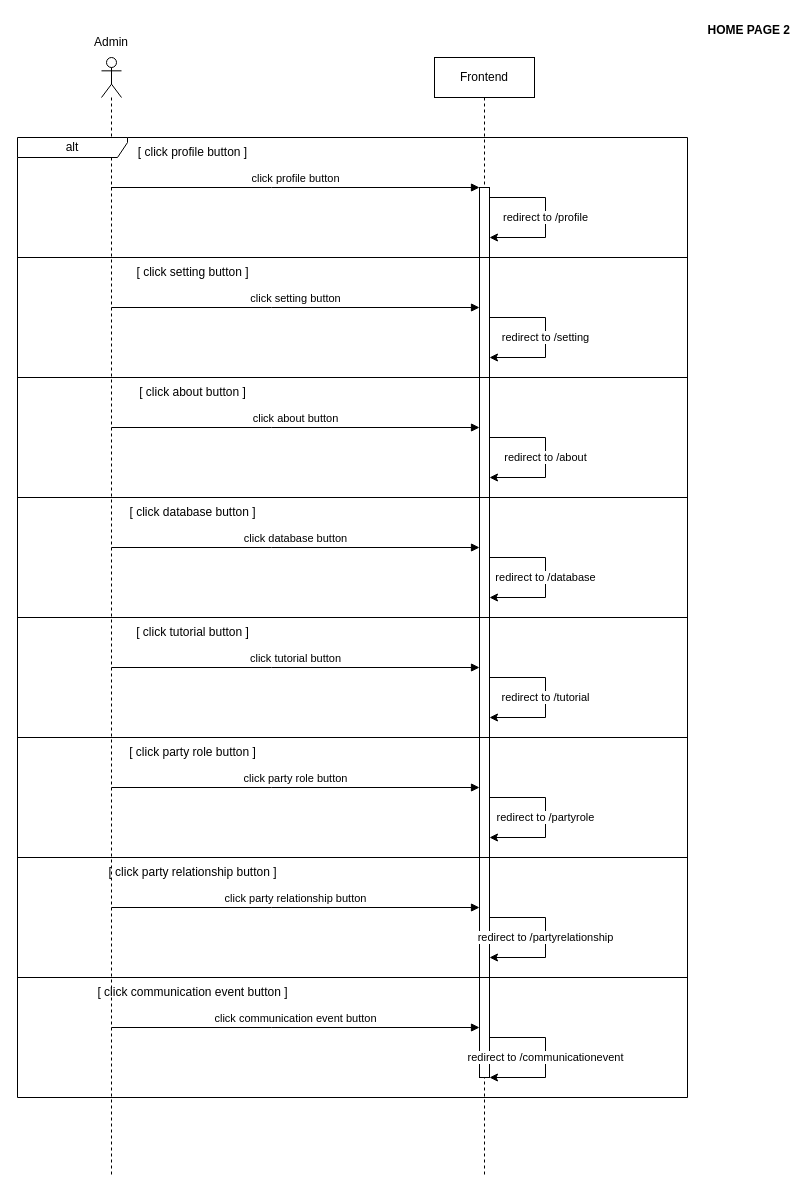
Earlier version of the draw.io diagram page "4 home page" (5 of 14) of docs/artifact/SequentialDiagram/SequentialDiagram.drawio (ssszZ-TH/party_fullstack_docker3). Source tidied: cells renumbered, new cells numbered last; positions are measured from the earlier drawing's top-left corner, leaving out a move shared by most shapes. Both pictures are drawn from the tidied source at 100%, with x=0, y=0 at pixel (17, 17).
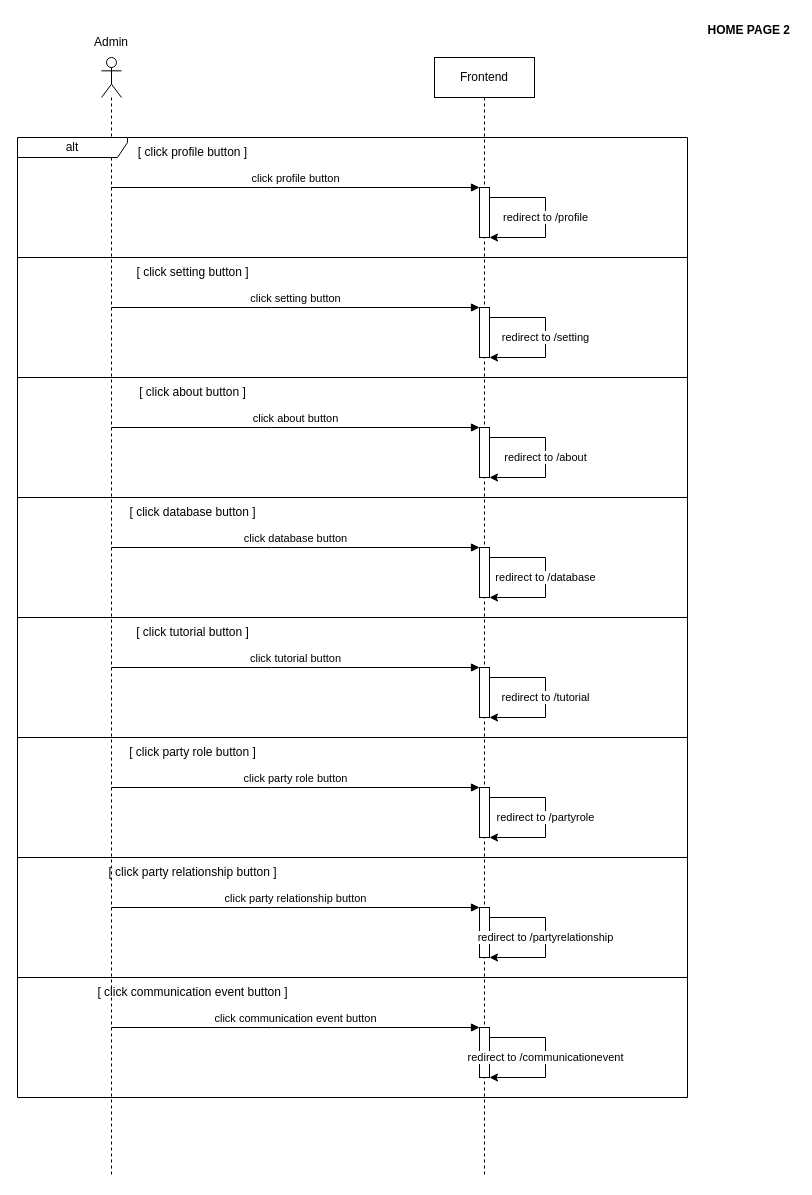
The same diagram, later.

Unchanged cells that the change refers to:
```xml
<mxCell id="2" style="shape=umlLifeline;perimeter=lifelinePerimeter;whiteSpace=wrap;html=1;outlineConnect=0;portConstraint=eastwest;newEdgeStyle={&quot;curved&quot;:0,&quot;rounded&quot;:0};participant=umlActor;" parent="1" vertex="1">
  <mxGeometry x="84" y="40" width="20" height="1120" as="geometry" />
</mxCell>
<mxCell id="3" value="Frontend" style="shape=umlLifeline;perimeter=lifelinePerimeter;whiteSpace=wrap;html=1;newEdgeStyle={&quot;curved&quot;:0,&quot;rounded&quot;:0};" parent="1" vertex="1">
  <mxGeometry x="417" y="40" width="100" height="1120" as="geometry" />
</mxCell>
```

Change to the diagram source:
```diff
@@
-    <mxCell id="4" style="html=1;points=[[0,0,0,0,5],[0,1,0,0,-5],[1,0,0,0,5],[1,1,0,0,-5]];perimeter=orthogonalPerimeter;outlineConnect=0;targetShapes=umlLifeline;portConstraint=eastwest;newEdgeStyle={&quot;curved&quot;:0,&quot;rounded&quot;:0};" parent="3" vertex="1">
-      <mxGeometry x="45" y="130" width="10" height="890" as="geometry" />
-    </mxCell>
@@
+    <mxCell id="39" style="html=1;perimeter=orthogonalPerimeter;targetShapes=umlLifeline;newEdgeStyle={&quot;curved&quot;:0,&quot;rounded&quot;:0};" parent="3" vertex="1">
+      <mxGeometry x="45" y="130" width="10" height="50" as="geometry" />
+    </mxCell>
+    <mxCell id="40" style="html=1;perimeter=orthogonalPerimeter;targetShapes=umlLifeline;newEdgeStyle={&quot;curved&quot;:0,&quot;rounded&quot;:0};" parent="3" vertex="1">
+      <mxGeometry x="45" y="250" width="10" height="50" as="geometry" />
+    </mxCell>
+    <mxCell id="41" style="html=1;perimeter=orthogonalPerimeter;targetShapes=umlLifeline;newEdgeStyle={&quot;curved&quot;:0,&quot;rounded&quot;:0};" parent="3" vertex="1">
+      <mxGeometry x="45" y="370" width="10" height="50" as="geometry" />
+    </mxCell>
+    <mxCell id="42" style="html=1;perimeter=orthogonalPerimeter;targetShapes=umlLifeline;newEdgeStyle={&quot;curved&quot;:0,&quot;rounded&quot;:0};" parent="3" vertex="1">
+      <mxGeometry x="45" y="490" width="10" height="50" as="geometry" />
+    </mxCell>
+    <mxCell id="43" style="html=1;perimeter=orthogonalPerimeter;targetShapes=umlLifeline;newEdgeStyle={&quot;curved&quot;:0,&quot;rounded&quot;:0};" parent="3" vertex="1">
+      <mxGeometry x="45" y="610" width="10" height="50" as="geometry" />
+    </mxCell>
+    <mxCell id="44" style="html=1;perimeter=orthogonalPerimeter;targetShapes=umlLifeline;newEdgeStyle={&quot;curved&quot;:0,&quot;rounded&quot;:0};" parent="3" vertex="1">
+      <mxGeometry x="45" y="730" width="10" height="50" as="geometry" />
+    </mxCell>
+    <mxCell id="45" style="html=1;perimeter=orthogonalPerimeter;targetShapes=umlLifeline;newEdgeStyle={&quot;curved&quot;:0,&quot;rounded&quot;:0};" parent="3" vertex="1">
+      <mxGeometry x="45" y="850" width="10" height="50" as="geometry" />
+    </mxCell>
+    <mxCell id="46" style="html=1;perimeter=orthogonalPerimeter;targetShapes=umlLifeline;newEdgeStyle={&quot;curved&quot;:0,&quot;rounded&quot;:0};" parent="3" vertex="1">
+      <mxGeometry x="45" y="970" width="10" height="50" as="geometry" />
+    </mxCell>
@@
-    <mxCell id="9" value="click profile button" style="html=1;verticalAlign=bottom;endArrow=block;curved=0;rounded=0;" parent="1" edge="1" source="2" target="4">
+    <mxCell id="9" value="click profile button" style="html=1;verticalAlign=bottom;endArrow=block;curved=0;rounded=0;" parent="1" edge="1" source="2">
       <mxGeometry relative="1" as="geometry">
+        <mxPoint x="462" y="170" as="targetPoint" />
         <Array as="points">
           <mxPoint x="254" y="170" />
         </Array>
       </mxGeometry>
     </mxCell>
```
